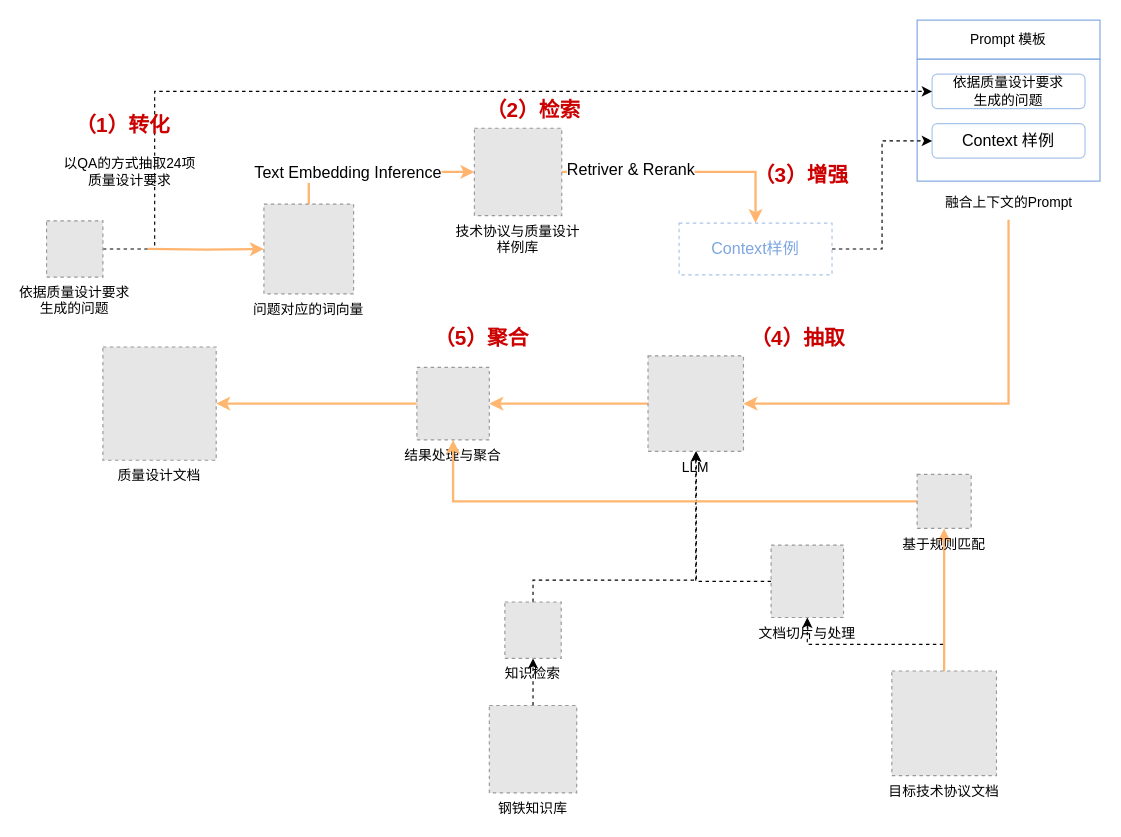
Wonderful23/algorithm keeps this draw.io diagram as 湘.drawio. Above is the earlier version. Source tidied: cells renumbered, new cells numbered last; positions are measured from the earlier drawing's top-left corner, leaving out a move shared by most shapes. Both pictures are drawn from the tidied source at 115%, with x=0, y=0 at pixel (46, 20). Pictures stored in the file or linked from it are replaced by grey dashed boxes.
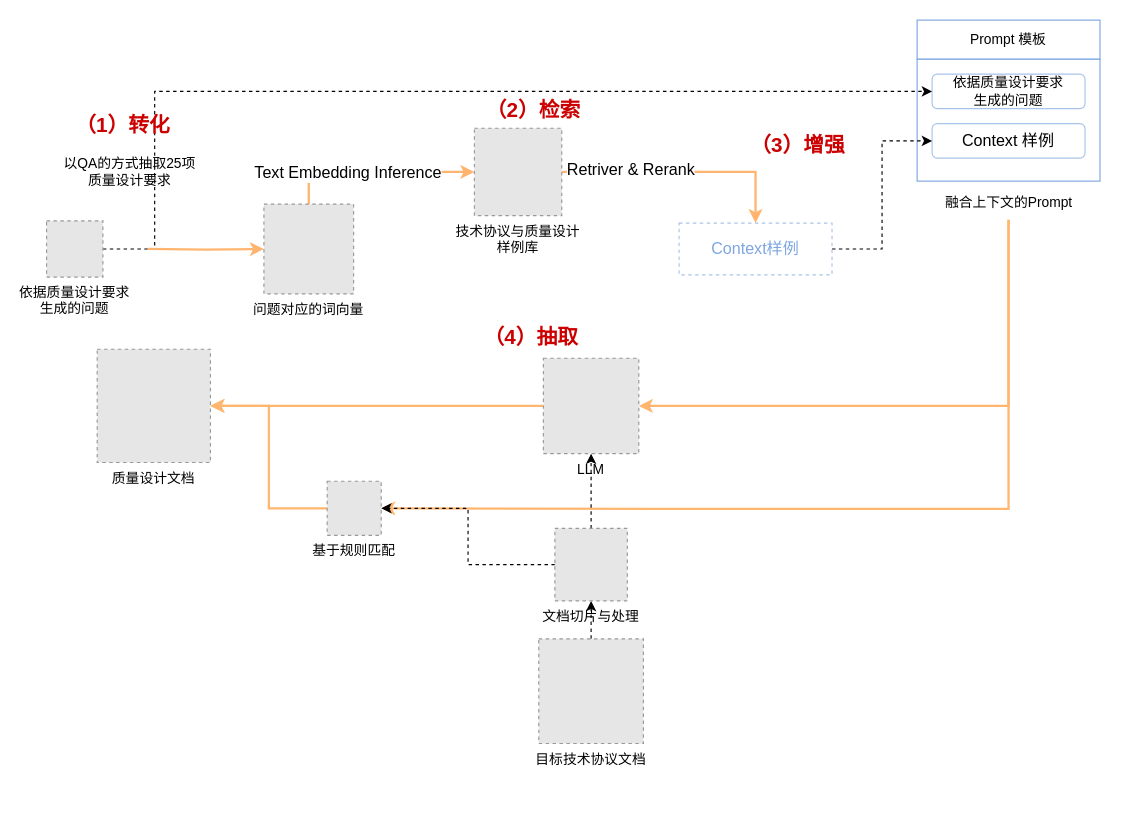
The same diagram, later.

Unchanged cells that the change refers to:
```xml
<mxCell id="16" value="融合上下文的Prompt" style="text;html=1;align=center;verticalAlign=middle;whiteSpace=wrap;rounded=0;" parent="1" vertex="1">
  <mxGeometry x="772.5" y="145" width="128" height="28.5" as="geometry" />
</mxCell>
```

What changed in the source:
```diff
@@
+    <mxCell id="41" style="edgeStyle=orthogonalEdgeStyle;rounded=0;jettySize=auto;html=1;entryX=1;entryY=0.5;entryDx=0;entryDy=0;strokeColor=#ffb770;strokeWidth=2;" parent="1" edge="1" source="16" target="40">
+      <mxGeometry relative="1" as="geometry">
+        <Array as="points">
+          <mxPoint x="837" y="425" />
+          <mxPoint x="532" y="425" />
+        </Array>
+      </mxGeometry>
+    </mxCell>
@@
     <mxCell id="18" value="&lt;font color=&quot;#cc0000&quot; style=&quot;font-size: 18px;&quot;&gt;&lt;b&gt;（3）增强&lt;/b&gt;&lt;/font&gt;" style="text;html=1;align=center;verticalAlign=middle;whiteSpace=wrap;rounded=0;" parent="1" vertex="1">
-      <mxGeometry x="613" y="120" width="87" height="30" as="geometry" />
+      <mxGeometry x="610" y="94" width="87" height="30" as="geometry" />
     </mxCell>
     <mxCell id="19" value="&lt;font color=&quot;#cc0000&quot;&gt;&lt;span style=&quot;font-size: 18px;&quot;&gt;&lt;b&gt;（4）抽取&lt;/b&gt;&lt;/span&gt;&lt;/font&gt;" style="text;html=1;align=center;verticalAlign=middle;whiteSpace=wrap;rounded=0;" parent="1" vertex="1">
-      <mxGeometry x="610" y="262" width="87" height="30" as="geometry" />
+      <mxGeometry x="378" y="261" width="87" height="30" as="geometry" />
     </mxCell>
@@
-    <mxCell id="21" style="edgeStyle=orthogonalEdgeStyle;rounded=0;jettySize=auto;html=1;fillColor=#ffe6cc;strokeColor=#ffb670;strokeWidth=2;" parent="1" edge="1" source="22" target="40">
-      <mxGeometry relative="1" as="geometry" />
-    </mxCell>
     <mxCell id="22" value="目标技术协议文档" style="fillColor=#E6E6E6;strokeColor=#999999;dashed=1;verticalLabelPosition=bottom;verticalAlign=top;" parent="1" vertex="1">
-      <mxGeometry x="735" y="566" width="91" height="91" as="geometry" />
+      <mxGeometry x="428" y="538" width="91" height="91" as="geometry" />
     </mxCell>
-    <mxCell id="23" style="edgeStyle=orthogonalEdgeStyle;rounded=0;jettySize=auto;html=1;dashed=1;" parent="1" edge="1" source="24" target="31">
-      <mxGeometry relative="1" as="geometry" />
-    </mxCell>
-    <mxCell id="24" value="钢铁知识库" style="fillColor=#E6E6E6;strokeColor=#999999;dashed=1;verticalLabelPosition=bottom;verticalAlign=top;" parent="1" vertex="1">
-      <mxGeometry x="385" y="596" width="76" height="76" as="geometry" />
-    </mxCell>
@@
-    <mxCell id="26" value="以QA的方式&lt;span style=&quot;background-color: initial;&quot;&gt;抽取24项&lt;/span&gt;&lt;div&gt;&lt;span style=&quot;background-color: initial;&quot;&gt;质量设计要求&lt;/span&gt;&lt;/div&gt;" style="text;html=1;align=center;verticalAlign=middle;strokeColor=none;fillColor=none;" parent="1" vertex="1">
+    <mxCell id="26" value="以QA的方式&lt;span style=&quot;background-color: initial;&quot;&gt;抽取25项&lt;/span&gt;&lt;div&gt;&lt;span style=&quot;background-color: initial;&quot;&gt;质量设计要求&lt;/span&gt;&lt;/div&gt;" style="text;html=1;align=center;verticalAlign=middle;strokeColor=none;fillColor=none;" parent="1" vertex="1">
       <mxGeometry x="5" y="111.5" width="133" height="41" as="geometry" />
     </mxCell>
@@
-    <mxCell id="28" style="edgeStyle=orthogonalEdgeStyle;rounded=0;jettySize=auto;html=1;entryX=1;entryY=0.5;entryDx=0;entryDy=0;fillColor=#ffe6cc;strokeColor=#ffb670;strokeWidth=2;" parent="1" edge="1" source="29" target="35">
+    <mxCell id="28" style="edgeStyle=orthogonalEdgeStyle;rounded=0;jettySize=auto;html=1;entryX=1;entryY=0.5;entryDx=0;entryDy=0;fillColor=#ffe6cc;strokeColor=#ffb670;strokeWidth=2;" parent="1" edge="1" source="29" target="36">
       <mxGeometry relative="1" as="geometry" />
     </mxCell>
     <mxCell id="29" value="LLM" style="fillColor=#E6E6E6;strokeColor=#999999;dashed=1;verticalLabelPosition=bottom;verticalAlign=top;" parent="1" vertex="1">
-      <mxGeometry x="523" y="292" width="83" height="83" as="geometry" />
+      <mxGeometry x="432" y="294" width="83" height="83" as="geometry" />
     </mxCell>
-    <mxCell id="30" style="edgeStyle=orthogonalEdgeStyle;rounded=0;jettySize=auto;html=1;dashed=1;" parent="1" edge="1" source="31" target="29">
-      <mxGeometry relative="1" as="geometry">
-        <Array as="points">
-          <mxPoint x="565" y="487" />
-        </Array>
-      </mxGeometry>
-    </mxCell>
-    <mxCell id="31" value="知识检索" style="fillColor=#E6E6E6;strokeColor=#999999;dashed=1;verticalLabelPosition=bottom;verticalAlign=top;" parent="1" vertex="1">
-      <mxGeometry x="398.5" y="506" width="49" height="49" as="geometry" />
-    </mxCell>
@@
+    <mxCell id="42" style="edgeStyle=orthogonalEdgeStyle;rounded=0;jettySize=auto;html=1;entryX=1;entryY=0.5;entryDx=0;entryDy=0;dashed=1;" parent="1" edge="1" source="33" target="40">
+      <mxGeometry relative="1" as="geometry" />
+    </mxCell>
     <mxCell id="33" value="文档切片与处理" style="fillColor=#E6E6E6;strokeColor=#999999;dashed=1;verticalLabelPosition=bottom;verticalAlign=top;" parent="1" vertex="1">
-      <mxGeometry x="630" y="456.5" width="63" height="63" as="geometry" />
+      <mxGeometry x="442" y="442" width="63" height="63" as="geometry" />
     </mxCell>
-    <mxCell id="34" style="edgeStyle=orthogonalEdgeStyle;rounded=0;jettySize=auto;html=1;entryX=1;entryY=0.5;entryDx=0;entryDy=0;fillColor=#ffe6cc;strokeColor=#ffb670;strokeWidth=2;" parent="1" edge="1" source="35" target="36">
-      <mxGeometry relative="1" as="geometry" />
-    </mxCell>
-    <mxCell id="35" value="结果处理与聚合" style="fillColor=#E6E6E6;strokeColor=#999999;dashed=1;verticalLabelPosition=bottom;verticalAlign=top;" parent="1" vertex="1">
-      <mxGeometry x="322" y="302" width="63" height="63" as="geometry" />
-    </mxCell>
     <mxCell id="36" value="质量设计文档" style="fillColor=#E6E6E6;strokeColor=#999999;dashed=1;verticalLabelPosition=bottom;verticalAlign=top;" parent="1" vertex="1">
-      <mxGeometry x="49" y="284.2" width="98.5" height="98.5" as="geometry" />
+      <mxGeometry x="44" y="286.2" width="98.5" height="98.5" as="geometry" />
     </mxCell>
-    <mxCell id="37" value="&lt;font color=&quot;#cc0000&quot;&gt;&lt;span style=&quot;font-size: 18px;&quot;&gt;&lt;b&gt;（5）聚合&lt;/b&gt;&lt;/span&gt;&lt;/font&gt;" style="text;html=1;align=center;verticalAlign=middle;whiteSpace=wrap;rounded=0;" parent="1" vertex="1">
-      <mxGeometry x="335" y="262" width="87" height="30" as="geometry" />
-    </mxCell>
@@
-    <mxCell id="39" style="edgeStyle=orthogonalEdgeStyle;rounded=0;jettySize=auto;html=1;strokeWidth=2;fillColor=#ffe6cc;strokeColor=#ffb770;" parent="1" edge="1" source="40" target="35">
-      <mxGeometry relative="1" as="geometry" />
-    </mxCell>
+    <mxCell id="43" style="edgeStyle=orthogonalEdgeStyle;rounded=0;jettySize=auto;html=1;entryX=1;entryY=0.5;entryDx=0;entryDy=0;fillColor=#ffe6cc;strokeColor=#ffb770;strokeWidth=2;" parent="1" edge="1" source="40" target="36">
+      <mxGeometry relative="1" as="geometry" />
+    </mxCell>
     <mxCell id="40" value="基于规则匹配" style="fillColor=#E6E6E6;strokeColor=#999999;dashed=1;verticalLabelPosition=bottom;verticalAlign=top;" parent="1" vertex="1">
-      <mxGeometry x="757" y="395" width="47" height="47" as="geometry" />
+      <mxGeometry x="244" y="401" width="47" height="47" as="geometry" />
     </mxCell>
```
